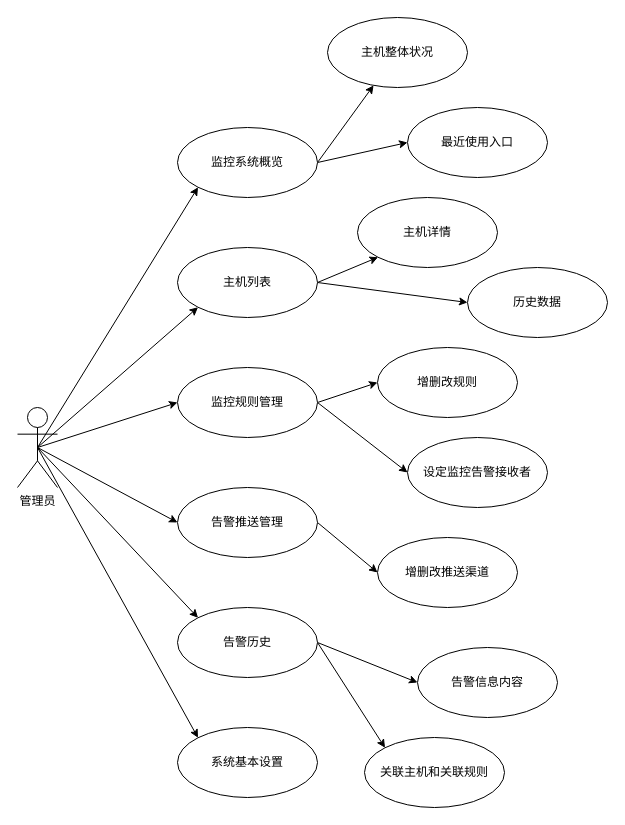
Above: pic/drawio/3-4.drawio in whoisnian/aMonitor-document (draw.io), before the change. Source tidied: cells renumbered, new cells numbered last; positions are measured from the earlier drawing's top-left corner, leaving out a move shared by most shapes. Both pictures are drawn from the tidied source at 100%, with x=0, y=0 at pixel (17, 17).
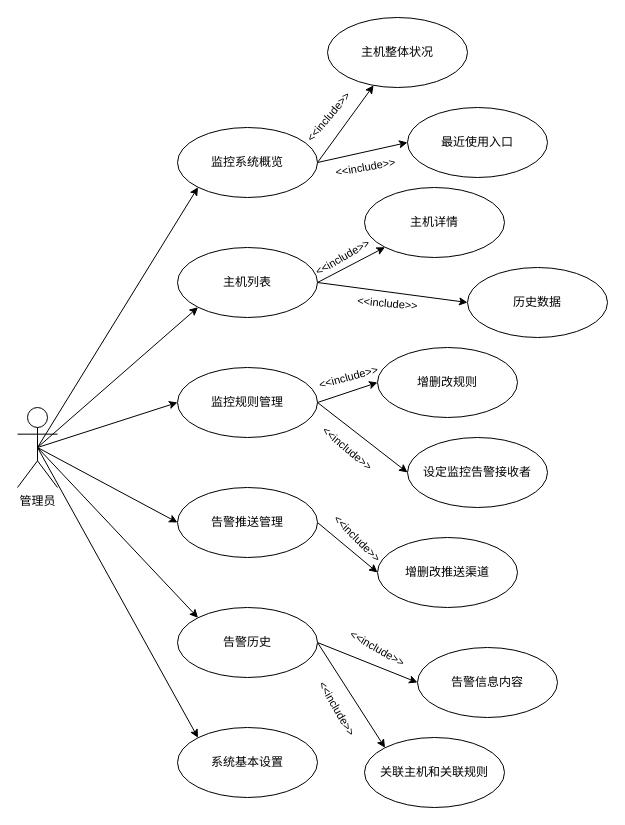
Above is the later version.

The change refers to these unchanged cells:
```xml
<mxCell id="9" style="edgeStyle=none;rounded=0;jettySize=auto;html=1;exitX=1;exitY=0.5;exitDx=0;exitDy=0;entryX=0;entryY=0.5;entryDx=0;entryDy=0;" parent="1" edge="1" source="11" target="25">
  <mxGeometry relative="1" as="geometry" />
</mxCell>
<mxCell id="10" style="edgeStyle=none;rounded=0;jettySize=auto;html=1;exitX=1;exitY=0.5;exitDx=0;exitDy=0;" parent="1" edge="1" source="11" target="24">
  <mxGeometry relative="1" as="geometry" />
</mxCell>
<mxCell id="12" style="edgeStyle=none;rounded=0;jettySize=auto;html=1;exitX=1;exitY=0.5;exitDx=0;exitDy=0;entryX=0;entryY=1;entryDx=0;entryDy=0;" parent="1" edge="1" source="14" target="26">
  <mxGeometry relative="1" as="geometry" />
</mxCell>
<mxCell id="13" style="edgeStyle=none;rounded=0;jettySize=auto;html=1;exitX=1;exitY=0.5;exitDx=0;exitDy=0;entryX=0;entryY=0.5;entryDx=0;entryDy=0;" parent="1" edge="1" source="14" target="27">
  <mxGeometry relative="1" as="geometry" />
</mxCell>
<mxCell id="15" style="edgeStyle=none;rounded=0;jettySize=auto;html=1;exitX=1;exitY=0.5;exitDx=0;exitDy=0;entryX=0;entryY=0.5;entryDx=0;entryDy=0;" parent="1" edge="1" source="17" target="28">
  <mxGeometry relative="1" as="geometry" />
</mxCell>
<mxCell id="16" style="edgeStyle=none;rounded=0;jettySize=auto;html=1;exitX=1;exitY=0.5;exitDx=0;exitDy=0;entryX=0;entryY=0.5;entryDx=0;entryDy=0;" parent="1" edge="1" source="17" target="29">
  <mxGeometry relative="1" as="geometry" />
</mxCell>
<mxCell id="18" style="edgeStyle=none;rounded=0;jettySize=auto;html=1;exitX=1;exitY=0.5;exitDx=0;exitDy=0;entryX=0;entryY=0.5;entryDx=0;entryDy=0;" parent="1" edge="1" source="19" target="30">
  <mxGeometry relative="1" as="geometry" />
</mxCell>
<mxCell id="20" style="edgeStyle=none;rounded=0;jettySize=auto;html=1;exitX=1;exitY=0.5;exitDx=0;exitDy=0;entryX=0;entryY=0.5;entryDx=0;entryDy=0;" parent="1" edge="1" source="22" target="31">
  <mxGeometry relative="1" as="geometry" />
</mxCell>
<mxCell id="21" style="edgeStyle=none;rounded=0;jettySize=auto;html=1;exitX=1;exitY=0.5;exitDx=0;exitDy=0;entryX=0;entryY=0;entryDx=0;entryDy=0;" parent="1" edge="1" source="22" target="32">
  <mxGeometry relative="1" as="geometry" />
</mxCell>
```

What changed in the source:
```diff
@@
+    <mxCell id="33" value="&amp;lt;&amp;lt;include&amp;gt;&amp;gt;" style="edgeLabel;html=1;align=center;verticalAlign=middle;rotation=-10;" parent="9" vertex="1">
+      <mxGeometry x="0.31" y="-1" relative="1" as="geometry">
+        <mxPoint x="-11.8" y="17" as="offset" />
+      </mxGeometry>
+    </mxCell>
@@
+    <mxCell id="34" value="&amp;lt;&amp;lt;include&amp;gt;&amp;gt;" style="edgeLabel;html=1;align=center;verticalAlign=middle;rotation=-50;" parent="10" vertex="1">
+      <mxGeometry x="0.38" y="-4" relative="1" as="geometry">
+        <mxPoint x="-32" y="6" as="offset" />
+      </mxGeometry>
+    </mxCell>
@@
+    <mxCell id="35" value="&amp;lt;&amp;lt;include&amp;gt;&amp;gt;" style="edgeLabel;html=1;align=center;verticalAlign=middle;rotation=-30;" parent="12" vertex="1">
+      <mxGeometry x="0.4" y="-2" relative="1" as="geometry">
+        <mxPoint x="-23.2" y="-2.2" as="offset" />
+      </mxGeometry>
+    </mxCell>
@@
+    <mxCell id="36" value="&amp;lt;&amp;lt;include&amp;gt;&amp;gt;" style="edgeLabel;html=1;align=center;verticalAlign=middle;rotation=5;" parent="13" vertex="1">
+      <mxGeometry x="0.33" y="-1" relative="1" as="geometry">
+        <mxPoint x="-30" y="5.7" as="offset" />
+      </mxGeometry>
+    </mxCell>
@@
+    <mxCell id="37" value="&amp;lt;&amp;lt;include&amp;gt;&amp;gt;" style="edgeLabel;html=1;align=center;verticalAlign=middle;rotation=-15;" parent="15" vertex="1">
+      <mxGeometry x="0.41" y="1" relative="1" as="geometry">
+        <mxPoint x="-12.4" y="-9.8" as="offset" />
+      </mxGeometry>
+    </mxCell>
@@
+    <mxCell id="38" value="&amp;lt;&amp;lt;include&amp;gt;&amp;gt;" style="edgeLabel;html=1;align=center;verticalAlign=middle;rotation=40;" parent="16" vertex="1">
+      <mxGeometry x="0.32" y="-2" relative="1" as="geometry">
+        <mxPoint x="-28" y="-2.6" as="offset" />
+      </mxGeometry>
+    </mxCell>
@@
+    <mxCell id="39" value="&amp;lt;&amp;lt;include&amp;gt;&amp;gt;" style="edgeLabel;html=1;align=center;verticalAlign=middle;rotation=45;" parent="18" vertex="1">
+      <mxGeometry x="0.4" y="1" relative="1" as="geometry">
+        <mxPoint x="-2.9" y="-19.4" as="offset" />
+      </mxGeometry>
+    </mxCell>
@@
+    <mxCell id="40" value="&amp;lt;&amp;lt;include&amp;gt;&amp;gt;" style="edgeLabel;html=1;align=center;verticalAlign=middle;rotation=30;" parent="20" vertex="1">
+      <mxGeometry x="0.32" relative="1" as="geometry">
+        <mxPoint x="-5.9" y="-21.4" as="offset" />
+      </mxGeometry>
+    </mxCell>
@@
+    <mxCell id="41" value="&amp;lt;&amp;lt;include&amp;gt;&amp;gt;" style="edgeLabel;html=1;align=center;verticalAlign=middle;rotation=60;" parent="21" vertex="1">
+      <mxGeometry x="0.49" y="1" relative="1" as="geometry">
+        <mxPoint x="-31" y="-12.7" as="offset" />
+      </mxGeometry>
+    </mxCell>
@@
     <mxCell id="26" value="主机详情" style="ellipse;whiteSpace=wrap;html=1;" parent="1" vertex="1">
-      <mxGeometry x="340" y="180" width="140" height="70" as="geometry" />
+      <mxGeometry x="347" y="170" width="140" height="70" as="geometry" />
     </mxCell>
```
